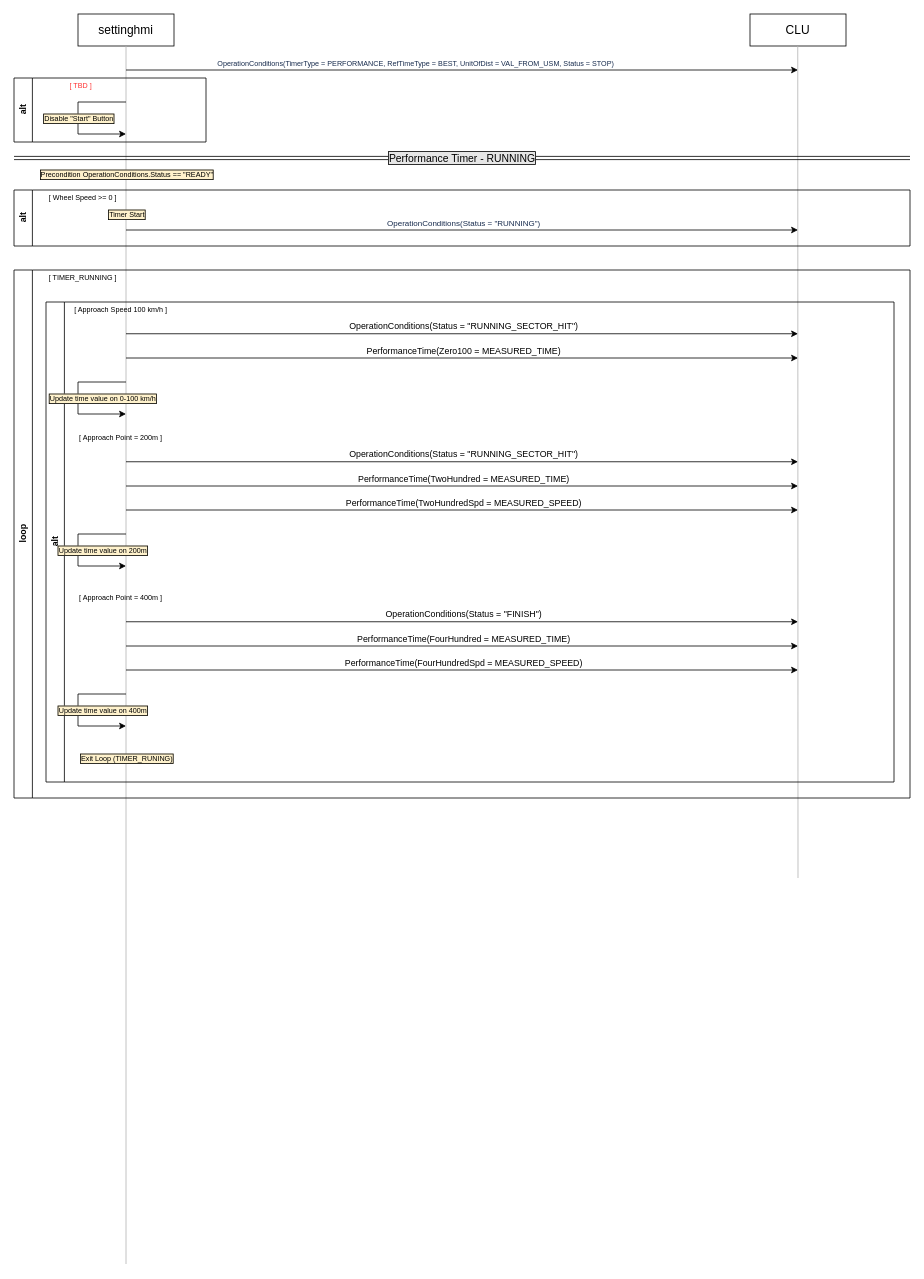
The draw.io diagram Performance TImer.drawio in forteqook/documents, before the edit. Source tidied: cells renumbered, new cells numbered last; positions are measured from the earlier drawing's top-left corner, leaving out a move shared by most shapes. Both pictures are drawn from the tidied source at 80%, with x=0, y=0 at pixel (14, 14).
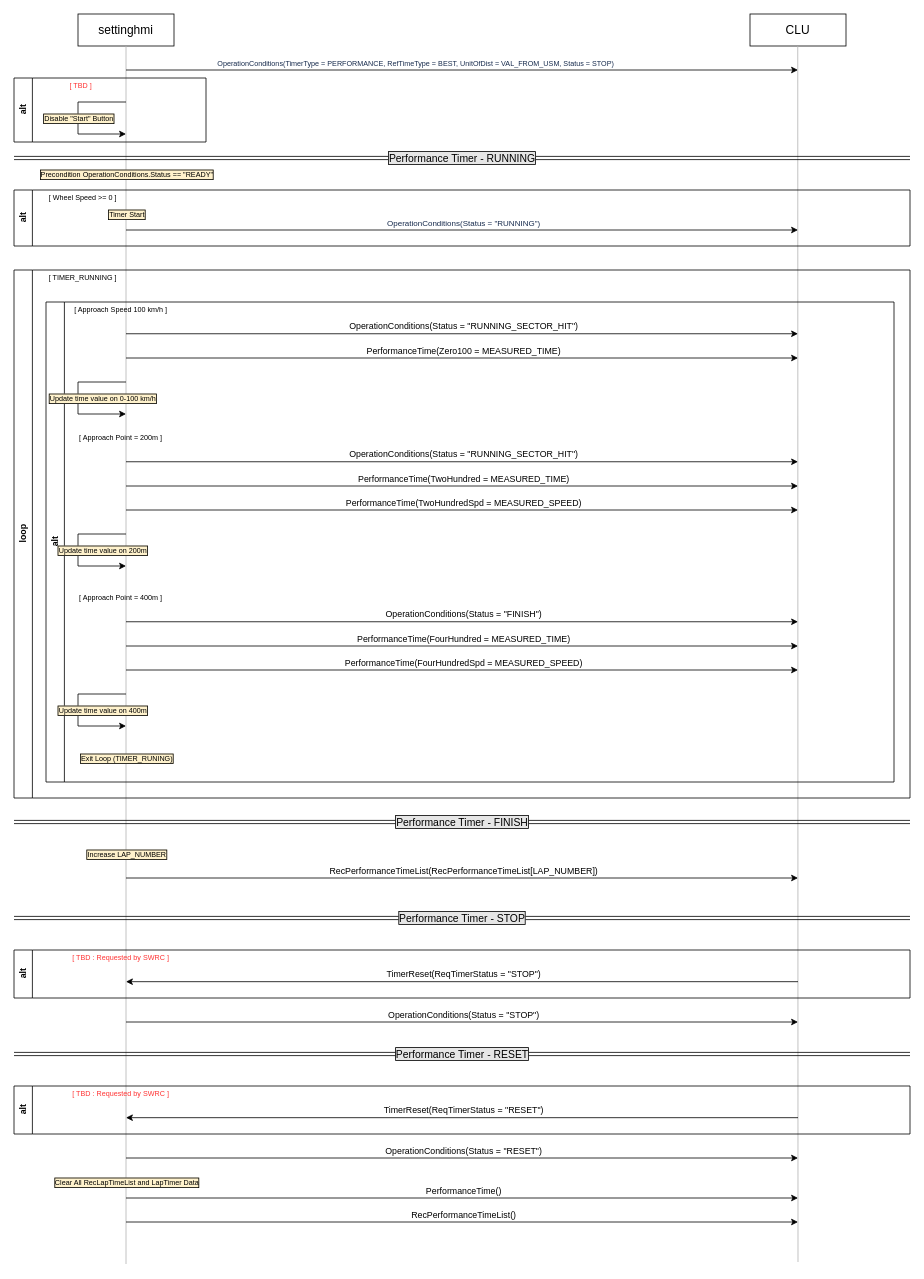
The same diagram, later.

What changed in the source:
```diff
@@
     <mxCell id="11" style="endArrow=none;html=1;rounded=0;entryX=0.5;entryY=1;entryDx=0;entryDy=0;strokeColor=#B3B3B3;" parent="1" edge="1">
       <mxGeometry relative="1" as="geometry">
-        <mxPoint x="980" y="1080" as="sourcePoint" />
+        <mxPoint x="980" y="1560" as="sourcePoint" />
         <mxPoint x="979.7" y="40" as="targetPoint" />
       </mxGeometry>
     </mxCell>
@@
+    <mxCell id="48" value="Performance Timer - FINISH" style="shape=link;html=1;rounded=0;fontSize=13;labelBorderColor=default;labelBackgroundColor=#E6E6E6;" parent="1" edge="1">
+      <mxGeometry relative="1" as="geometry">
+        <mxPoint y="1010" as="sourcePoint" />
+        <mxPoint x="1120" y="1010" as="targetPoint" />
+      </mxGeometry>
+    </mxCell>
+    <mxCell id="49" style="endArrow=classic;html=1;rounded=0;" parent="1" edge="1">
+      <mxGeometry relative="1" as="geometry">
+        <mxPoint x="140" y="1080" as="sourcePoint" />
+        <mxPoint x="980" y="1080" as="targetPoint" />
+      </mxGeometry>
+    </mxCell>
+    <mxCell id="50" value="&lt;div style=&quot;text-align: start;&quot;&gt;&lt;div&gt;RecPerformanceTimeList(RecPerformanceTimeList[LAP_NUMBER])&lt;/div&gt;&lt;/div&gt;" style="edgeLabel;html=1;align=center;verticalAlign=middle;" parent="49" vertex="1">
+      <mxGeometry x="-0.14" y="-1" relative="1" as="geometry">
+        <mxPoint x="60" y="-11" as="offset" />
+      </mxGeometry>
+    </mxCell>
+    <mxCell id="51" value="Performance Timer - STOP" style="shape=link;html=1;rounded=0;fontSize=13;labelBorderColor=default;labelBackgroundColor=#E6E6E6;" parent="1" edge="1">
+      <mxGeometry relative="1" as="geometry">
+        <mxPoint y="1130" as="sourcePoint" />
+        <mxPoint x="1120" y="1130" as="targetPoint" />
+      </mxGeometry>
+    </mxCell>
+    <mxCell id="52" value="alt" style="swimlane;horizontal=0;whiteSpace=wrap;html=1;fontSize=11;" parent="1" vertex="1">
+      <mxGeometry y="1170" width="1120" height="60" as="geometry" />
+    </mxCell>
+    <mxCell id="53" value="&amp;nbsp;[ TBD : Requested by SWRC ]" style="text;html=1;align=center;verticalAlign=middle;whiteSpace=wrap;rounded=0;fontSize=9;fontColor=#FF3333;" parent="52" vertex="1">
+      <mxGeometry x="40" width="185" height="20" as="geometry" />
+    </mxCell>
+    <mxCell id="54" style="endArrow=none;html=1;rounded=0;startArrow=classic;startFill=1;endFill=0;" parent="52" edge="1">
+      <mxGeometry relative="1" as="geometry">
+        <mxPoint x="140" y="39.6" as="sourcePoint" />
+        <mxPoint x="980" y="39.6" as="targetPoint" />
+      </mxGeometry>
+    </mxCell>
+    <mxCell id="55" value="&lt;div style=&quot;text-align: start;&quot;&gt;&lt;div&gt;TimerReset(ReqTimerStatus = &quot;STOP&quot;)&lt;/div&gt;&lt;/div&gt;" style="edgeLabel;html=1;align=center;verticalAlign=middle;" parent="54" vertex="1">
+      <mxGeometry x="-0.14" y="-1" relative="1" as="geometry">
+        <mxPoint x="60" y="-11" as="offset" />
+      </mxGeometry>
+    </mxCell>
+    <mxCell id="56" value="Increase LAP_NUMBER" style="edgeLabel;html=1;align=center;verticalAlign=middle;fontSize=9;labelBorderColor=default;labelBackgroundColor=#FFF2CC;" parent="1" vertex="1">
+      <mxGeometry x="140" y="1050" as="geometry" />
+    </mxCell>
+    <mxCell id="57" value="Performance Timer - RESET" style="shape=link;html=1;rounded=0;fontSize=13;labelBorderColor=default;labelBackgroundColor=#E6E6E6;" parent="1" edge="1">
+      <mxGeometry relative="1" as="geometry">
+        <mxPoint y="1300" as="sourcePoint" />
+        <mxPoint x="1120" y="1300" as="targetPoint" />
+      </mxGeometry>
+    </mxCell>
+    <mxCell id="58" value="alt" style="swimlane;horizontal=0;whiteSpace=wrap;html=1;fontSize=11;" parent="1" vertex="1">
+      <mxGeometry y="1340" width="1120" height="60" as="geometry" />
+    </mxCell>
+    <mxCell id="59" value="&amp;nbsp;[ TBD : Requested by SWRC ]" style="text;html=1;align=center;verticalAlign=middle;whiteSpace=wrap;rounded=0;fontSize=9;fontColor=#FF3333;" parent="58" vertex="1">
+      <mxGeometry x="40" width="185" height="20" as="geometry" />
+    </mxCell>
+    <mxCell id="60" style="endArrow=none;html=1;rounded=0;startArrow=classic;startFill=1;endFill=0;" parent="58" edge="1">
+      <mxGeometry relative="1" as="geometry">
+        <mxPoint x="140" y="39.6" as="sourcePoint" />
+        <mxPoint x="980" y="39.6" as="targetPoint" />
+      </mxGeometry>
+    </mxCell>
+    <mxCell id="61" value="&lt;div style=&quot;text-align: start;&quot;&gt;&lt;div&gt;TimerReset(ReqTimerStatus = &quot;RESET&quot;)&lt;/div&gt;&lt;/div&gt;" style="edgeLabel;html=1;align=center;verticalAlign=middle;" parent="60" vertex="1">
+      <mxGeometry x="-0.14" y="-1" relative="1" as="geometry">
+        <mxPoint x="60" y="-11" as="offset" />
+      </mxGeometry>
+    </mxCell>
+    <mxCell id="62" style="endArrow=classic;html=1;rounded=0;" parent="1" edge="1">
+      <mxGeometry relative="1" as="geometry">
+        <mxPoint x="140" y="1260" as="sourcePoint" />
+        <mxPoint x="980" y="1260" as="targetPoint" />
+      </mxGeometry>
+    </mxCell>
+    <mxCell id="63" value="&lt;div style=&quot;text-align: start;&quot;&gt;&lt;div&gt;OperationConditions(Status = &quot;STOP&quot;)&lt;/div&gt;&lt;/div&gt;" style="edgeLabel;html=1;align=center;verticalAlign=middle;" parent="62" vertex="1">
+      <mxGeometry x="-0.14" y="-1" relative="1" as="geometry">
+        <mxPoint x="60" y="-11" as="offset" />
+      </mxGeometry>
+    </mxCell>
+    <mxCell id="64" style="endArrow=classic;html=1;rounded=0;" parent="1" edge="1">
+      <mxGeometry relative="1" as="geometry">
+        <mxPoint x="140" y="1430" as="sourcePoint" />
+        <mxPoint x="980" y="1430" as="targetPoint" />
+      </mxGeometry>
+    </mxCell>
+    <mxCell id="65" value="&lt;div style=&quot;text-align: start;&quot;&gt;&lt;div&gt;OperationConditions(Status = &quot;RESET&quot;)&lt;/div&gt;&lt;/div&gt;" style="edgeLabel;html=1;align=center;verticalAlign=middle;" parent="64" vertex="1">
+      <mxGeometry x="-0.14" y="-1" relative="1" as="geometry">
+        <mxPoint x="60" y="-11" as="offset" />
+      </mxGeometry>
+    </mxCell>
+    <mxCell id="66" value="&lt;div&gt;Clear All RecLapTimeList and LapTimer Data&lt;/div&gt;" style="edgeLabel;html=1;align=center;verticalAlign=middle;fontSize=9;labelBorderColor=default;labelBackgroundColor=#FFF2CC;" parent="1" vertex="1">
+      <mxGeometry x="140" y="1460" as="geometry" />
+    </mxCell>
+    <mxCell id="67" style="endArrow=classic;html=1;rounded=0;" parent="1" edge="1">
+      <mxGeometry relative="1" as="geometry">
+        <mxPoint x="140" y="1480" as="sourcePoint" />
+        <mxPoint x="980" y="1480" as="targetPoint" />
+      </mxGeometry>
+    </mxCell>
+    <mxCell id="68" value="&lt;div style=&quot;text-align: start;&quot;&gt;&lt;div&gt;PerformanceTime()&lt;/div&gt;&lt;/div&gt;" style="edgeLabel;html=1;align=center;verticalAlign=middle;" parent="67" vertex="1">
+      <mxGeometry x="-0.14" y="-1" relative="1" as="geometry">
+        <mxPoint x="60" y="-11" as="offset" />
+      </mxGeometry>
+    </mxCell>
+    <mxCell id="69" style="endArrow=classic;html=1;rounded=0;" parent="1" edge="1">
+      <mxGeometry relative="1" as="geometry">
+        <mxPoint x="140" y="1510" as="sourcePoint" />
+        <mxPoint x="980" y="1510" as="targetPoint" />
+      </mxGeometry>
+    </mxCell>
+    <mxCell id="70" value="&lt;div style=&quot;text-align: start;&quot;&gt;&lt;div&gt;RecPerformanceTimeList()&lt;/div&gt;&lt;/div&gt;" style="edgeLabel;html=1;align=center;verticalAlign=middle;" parent="69" vertex="1">
+      <mxGeometry x="-0.14" y="-1" relative="1" as="geometry">
+        <mxPoint x="60" y="-11" as="offset" />
+      </mxGeometry>
+    </mxCell>
```
